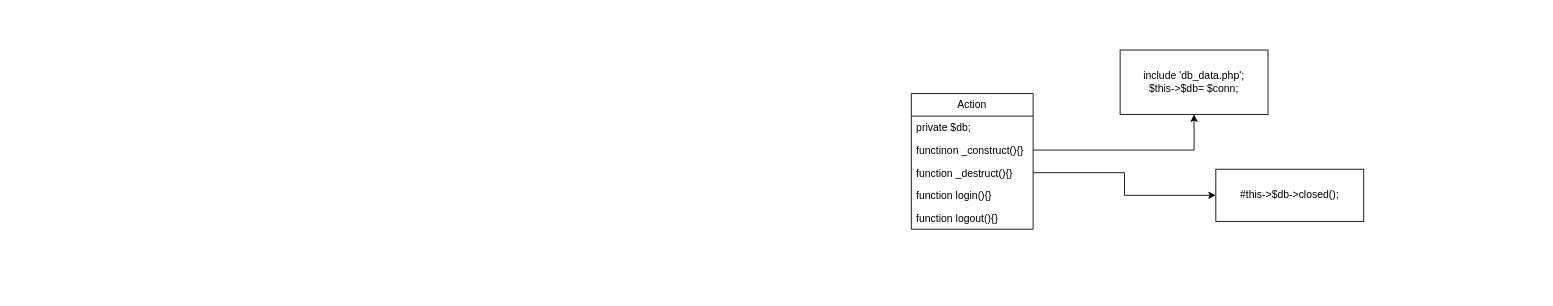
Earlier version of the draw.io diagram ducuments/UML PAYROLL SYS.drawio (ManCoders/puericulture-man). Source tidied: cells renumbered, new cells numbered last; positions are measured from the earlier drawing's top-left corner, leaving out a move shared by most shapes. Both pictures are drawn from the tidied source at 87%, with x=0, y=0 at pixel (911, 50).
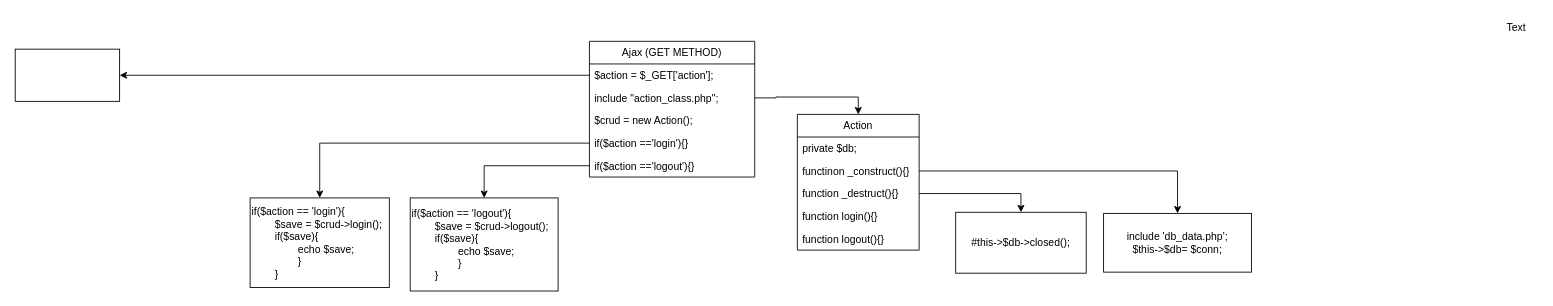
After the change.

Diff of the diagram source:
```diff
@@
     <mxCell id="2" value="Action" style="swimlane;fontStyle=0;horizontal=1;startSize=26;fillColor=none;whiteSpace=wrap;html=1;" parent="1" vertex="1">
-      <mxGeometry y="50" width="140" height="156" as="geometry" />
+      <mxGeometry x="-131" y="74" width="140" height="156" as="geometry" />
     </mxCell>
@@
     <mxCell id="8" value="include 'db_data.php';&lt;div&gt;$this-&amp;gt;$db= $conn;&lt;/div&gt;" style="whiteSpace=wrap;html=1;" parent="1" vertex="1">
-      <mxGeometry x="240" width="170" height="74" as="geometry" />
+      <mxGeometry x="221" y="187.8" width="170" height="67.5" as="geometry" />
     </mxCell>
@@
     <mxCell id="10" value="#this-&amp;gt;$db-&amp;gt;closed();" style="whiteSpace=wrap;html=1;" parent="1" vertex="1">
-      <mxGeometry x="350" y="137" width="170" height="60" as="geometry" />
+      <mxGeometry x="51" y="186.5" width="150" height="70" as="geometry" />
     </mxCell>
@@
+    <mxCell id="12" value="Ajax (GET METHOD)" style="swimlane;fontStyle=0;horizontal=1;startSize=26;fillColor=none;whiteSpace=wrap;html=1;" parent="1" vertex="1">
+      <mxGeometry x="-370" y="-10" width="190" height="156" as="geometry" />
+    </mxCell>
+    <mxCell id="13" value="$action = $_GET['action'];" style="text;strokeColor=none;fillColor=none;align=left;verticalAlign=top;spacingLeft=4;spacingRight=4;overflow=hidden;points=[[0,0.5],[1,0.5]];portConstraint=eastwest;whiteSpace=wrap;html=1;" parent="12" vertex="1">
+      <mxGeometry y="26" width="190" height="26" as="geometry" />
+    </mxCell>
+    <mxCell id="14" value="include &quot;action_class.php&quot;;" style="text;strokeColor=none;fillColor=none;align=left;verticalAlign=top;spacingLeft=4;spacingRight=4;overflow=hidden;points=[[0,0.5],[1,0.5]];portConstraint=eastwest;whiteSpace=wrap;html=1;" parent="12" vertex="1">
+      <mxGeometry y="52" width="190" height="26" as="geometry" />
+    </mxCell>
+    <mxCell id="15" value="$crud = new Action();" style="text;strokeColor=none;fillColor=none;align=left;verticalAlign=top;spacingLeft=4;spacingRight=4;overflow=hidden;whiteSpace=wrap;html=1;" parent="12" vertex="1">
+      <mxGeometry y="78" width="190" height="26" as="geometry" />
+    </mxCell>
+    <mxCell id="16" value="if($action =='login'){}" style="text;strokeColor=none;fillColor=none;align=left;verticalAlign=top;spacingLeft=4;spacingRight=4;overflow=hidden;points=[[0,0.5],[1,0.5]];portConstraint=eastwest;whiteSpace=wrap;html=1;" parent="12" vertex="1">
+      <mxGeometry y="104" width="190" height="26" as="geometry" />
+    </mxCell>
+    <mxCell id="17" value="if($action =='logout'){}" style="text;strokeColor=none;fillColor=none;align=left;verticalAlign=top;spacingLeft=4;spacingRight=4;overflow=hidden;points=[[0,0.5],[1,0.5]];portConstraint=eastwest;whiteSpace=wrap;html=1;" parent="12" vertex="1">
+      <mxGeometry y="130" width="190" height="26" as="geometry" />
+    </mxCell>
+    <mxCell id="18" style="edgeStyle=orthogonalEdgeStyle;rounded=0;jettySize=auto;html=1;exitX=1;exitY=0.5;exitDx=0;exitDy=0;entryX=0.5;entryY=0;entryDx=0;entryDy=0;" parent="1" edge="1" source="14" target="2">
+      <mxGeometry relative="1" as="geometry" />
+    </mxCell>
+    <mxCell id="19" value="if($action == 'logout')&lt;span style=&quot;background-color: transparent; color: light-dark(rgb(0, 0, 0), rgb(255, 255, 255));&quot;&gt;{&lt;/span&gt;&lt;div&gt;&lt;div&gt;&lt;span style=&quot;white-space: pre;&quot;&gt;&#9;&lt;/span&gt;$save = $crud-&amp;gt;logout();&lt;/div&gt;&lt;div&gt;&lt;span style=&quot;white-space: pre;&quot;&gt;&#9;&lt;/span&gt;if($save){&lt;/div&gt;&lt;div&gt;&lt;span style=&quot;white-space: pre;&quot;&gt;&#9;&lt;/span&gt;&lt;span style=&quot;white-space: pre;&quot;&gt;&#9;&lt;/span&gt;echo $save;&lt;/div&gt;&lt;div&gt;&lt;span style=&quot;white-space: pre;&quot;&gt;&#9;&lt;/span&gt;&lt;span style=&quot;white-space: pre;&quot;&gt;&#9;&lt;/span&gt;}&lt;/div&gt;&lt;div&gt;&lt;span style=&quot;white-space: pre;&quot;&gt;&#9;&lt;/span&gt;}&lt;/div&gt;&lt;/div&gt;" style="whiteSpace=wrap;html=1;align=left;" parent="1" vertex="1">
+      <mxGeometry x="-576" y="170" width="170" height="107" as="geometry" />
+    </mxCell>
+    <mxCell id="20" style="edgeStyle=orthogonalEdgeStyle;rounded=0;jettySize=auto;html=1;" parent="1" edge="1" source="17" target="19">
+      <mxGeometry relative="1" as="geometry" />
+    </mxCell>
+    <mxCell id="21" value="&lt;span style=&quot;&quot;&gt;if($action == 'login')&lt;/span&gt;&lt;span style=&quot;color: light-dark(rgb(0, 0, 0), rgb(255, 255, 255)); background-color: transparent;&quot;&gt;{&lt;/span&gt;&lt;div style=&quot;&quot;&gt;&lt;div&gt;&lt;span style=&quot;white-space: pre;&quot;&gt;&#9;&lt;/span&gt;$save = $crud-&amp;gt;login();&lt;/div&gt;&lt;div&gt;&lt;span style=&quot;white-space: pre;&quot;&gt;&#9;&lt;/span&gt;if($save){&lt;/div&gt;&lt;div&gt;&lt;span style=&quot;white-space: pre;&quot;&gt;&#9;&lt;/span&gt;&lt;span style=&quot;white-space: pre;&quot;&gt;&#9;&lt;/span&gt;echo $save;&lt;/div&gt;&lt;div&gt;&lt;span style=&quot;white-space: pre;&quot;&gt;&#9;&lt;/span&gt;&lt;span style=&quot;white-space: pre;&quot;&gt;&#9;&lt;/span&gt;}&lt;/div&gt;&lt;div&gt;&lt;span style=&quot;white-space: pre;&quot;&gt;&#9;&lt;/span&gt;}&lt;/div&gt;&lt;/div&gt;" style="whiteSpace=wrap;html=1;align=left;" parent="1" vertex="1">
+      <mxGeometry x="-760" y="170" width="160" height="103" as="geometry" />
+    </mxCell>
+    <mxCell id="22" style="edgeStyle=orthogonalEdgeStyle;rounded=0;jettySize=auto;html=1;" parent="1" edge="1" source="16" target="21">
+      <mxGeometry relative="1" as="geometry" />
+    </mxCell>
+    <mxCell id="23" value="Text" style="text;html=1;align=center;verticalAlign=middle;strokeColor=none;fillColor=none;" parent="1" vertex="1">
+      <mxGeometry x="670" y="-40" width="50" height="30" as="geometry" />
+    </mxCell>
+    <mxCell id="24" style="whiteSpace=wrap;html=1;" parent="1" vertex="1">
+      <mxGeometry x="-1030" y="-1" width="120" height="60" as="geometry" />
+    </mxCell>
+    <mxCell id="25" style="edgeStyle=orthogonalEdgeStyle;rounded=0;jettySize=auto;html=1;" parent="1" edge="1" source="13" target="24">
+      <mxGeometry relative="1" as="geometry" />
+    </mxCell>
```
